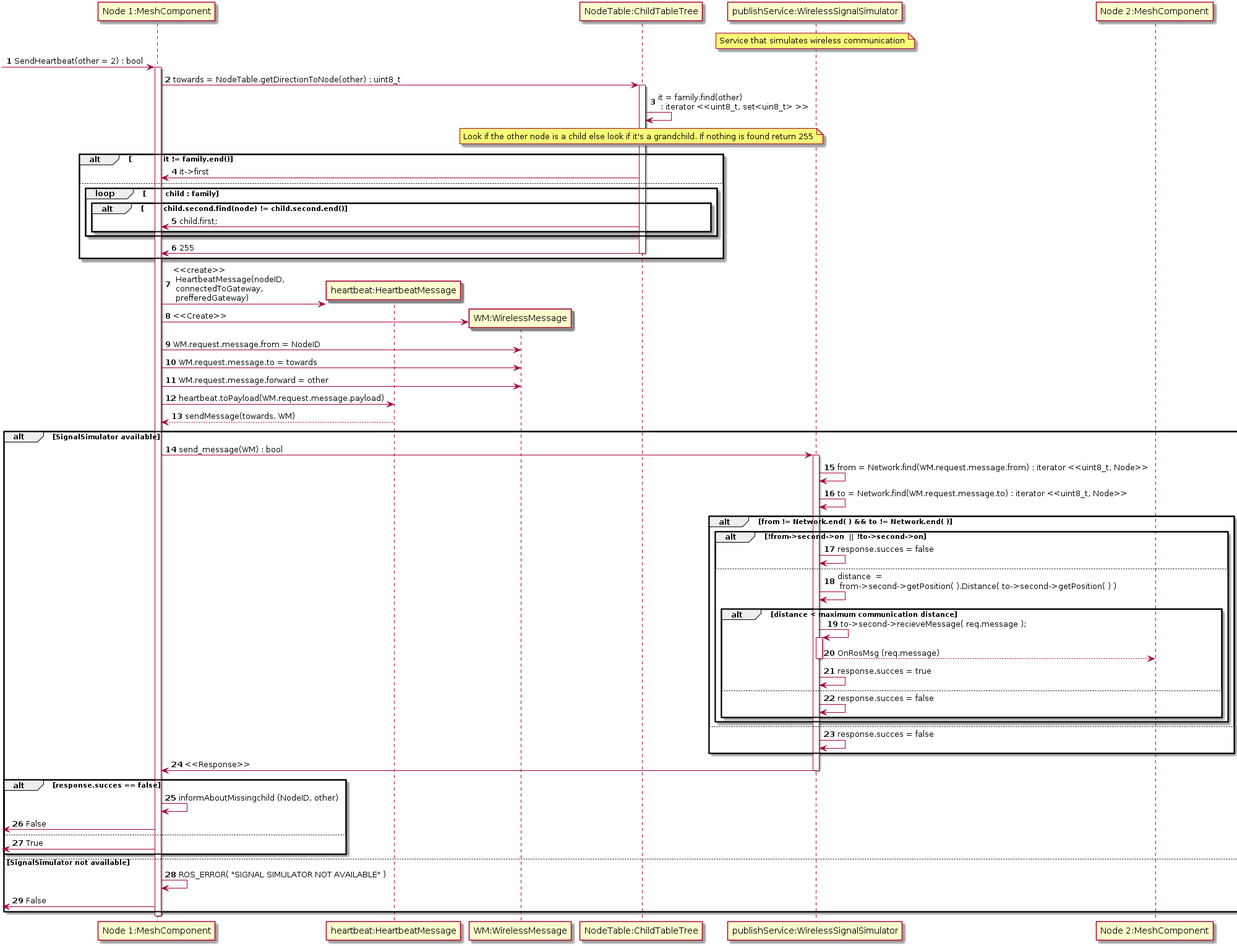
Before: Docs/DesignDocumenten/UML/Heartbeatmessage.png, a diagram exported from PlantUML (mauriceberentsen/Automated-Drone-Distribution-Network).
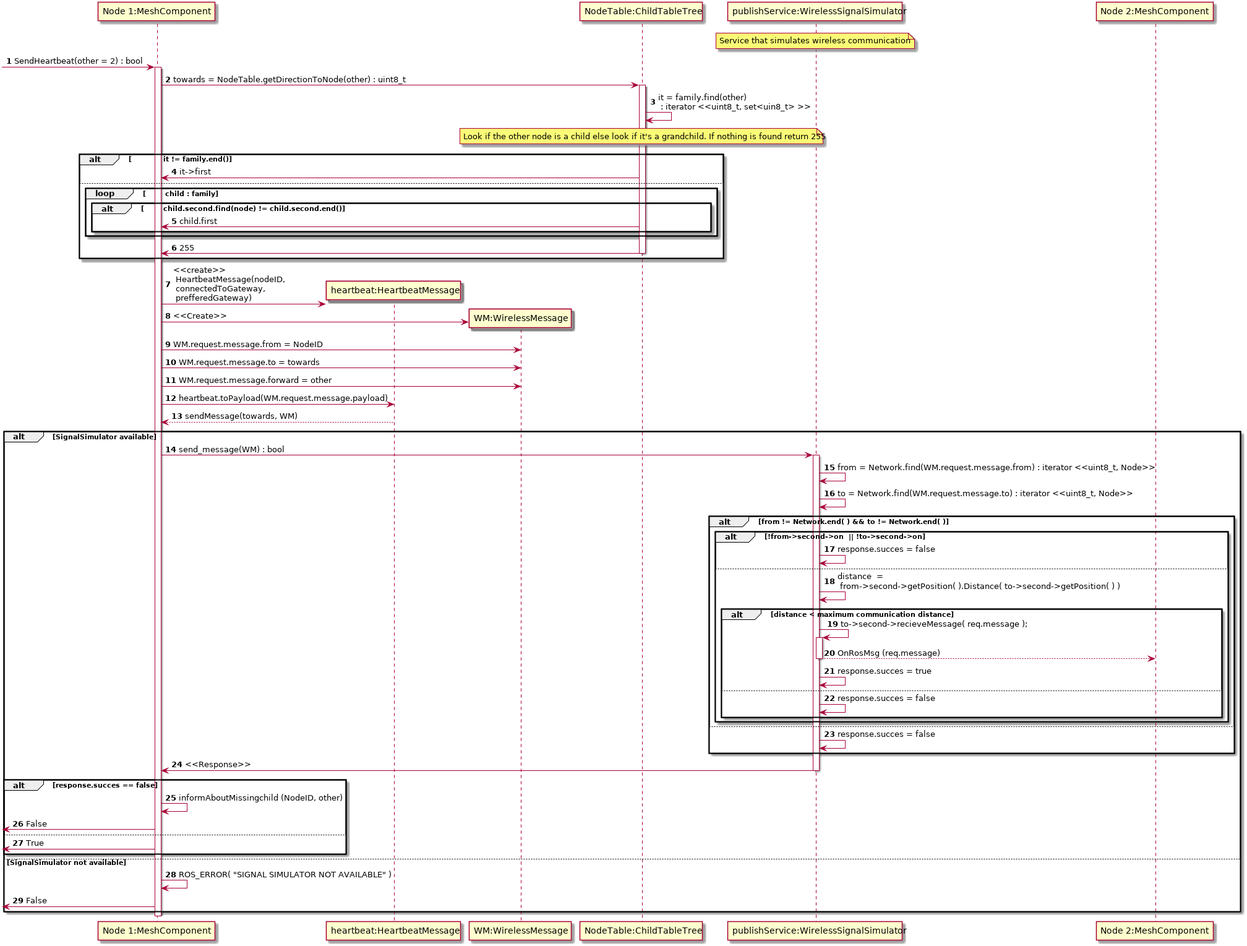
The same diagram one commit later.

Change to the diagram source:
```diff
@@ -19,7 +19,7 @@
 else
 	loop \t child : family
     alt \t child.second.find(node) != child.second.end()
-    1 <- 1NT : child.first;
+    1 <- 1NT : child.first
     end
     end
 	1 <- 1NT-- : 255
```
